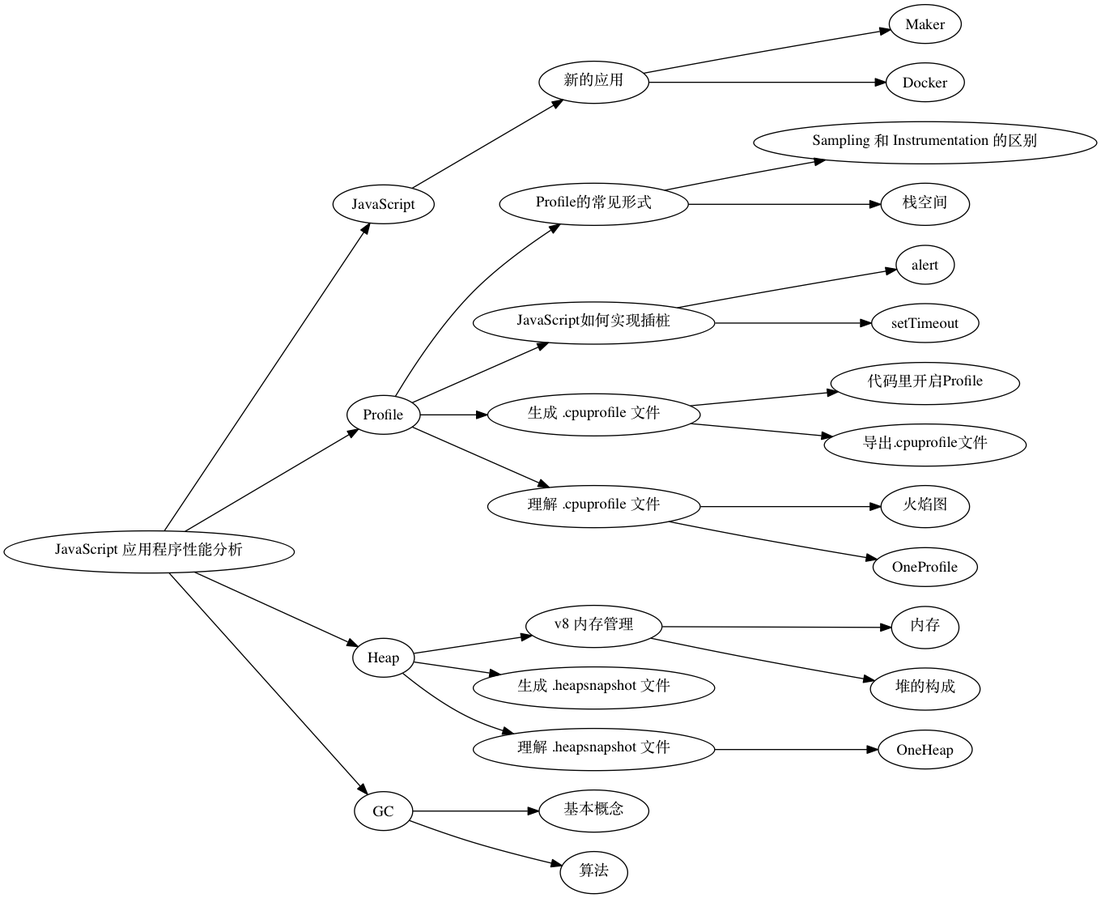
This is Contents.png from longtian/stuq_workshop, a Graphviz export, as it was before one commit. Its source is kept beside it as Contents.dot.
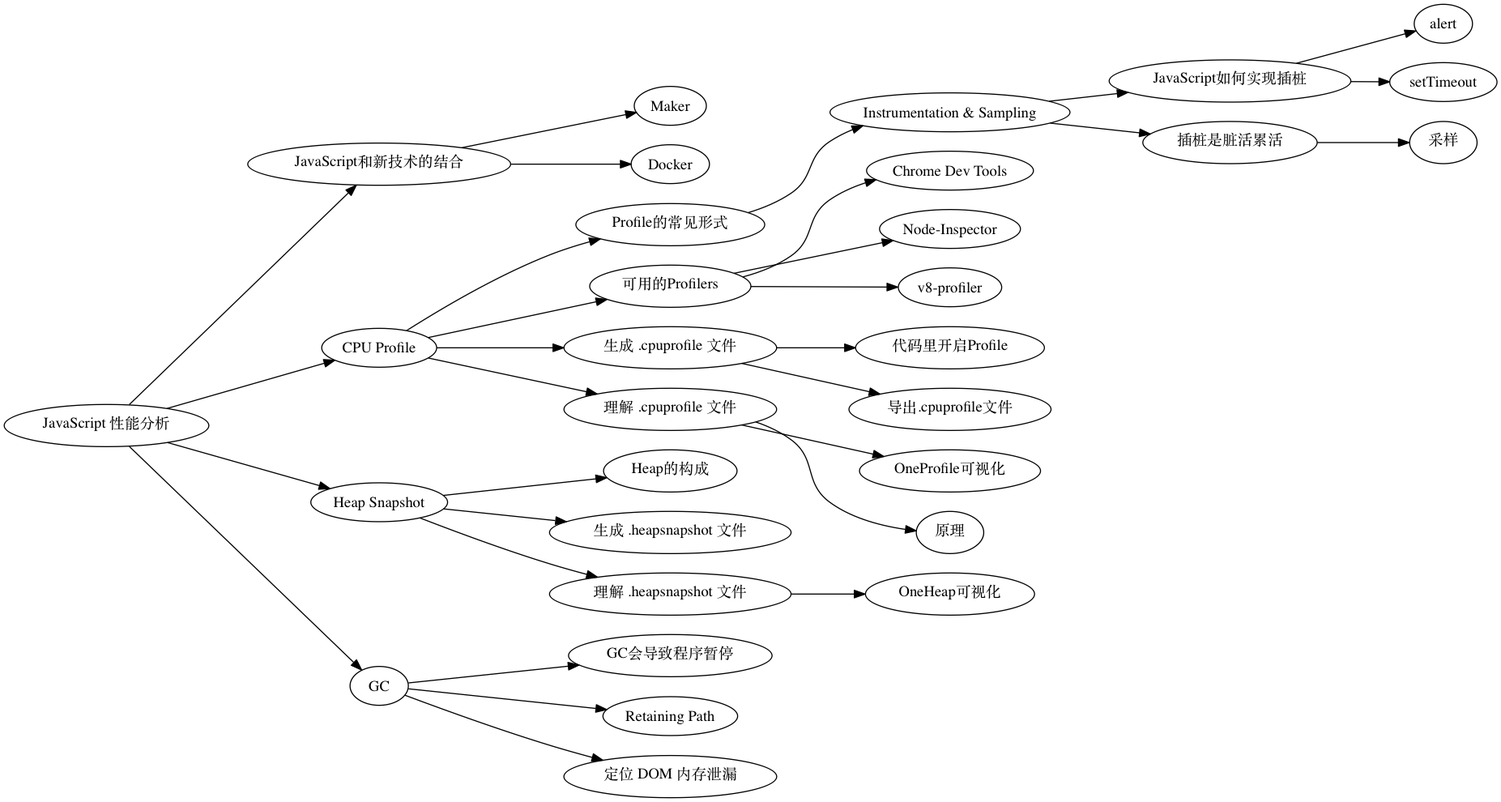
After the change.

Diff of the diagram source:
```diff
@@ -1,18 +1,20 @@
 digraph{
 	rankdir=LR
 
-	"JavaScript 应用程序性能分析"->"JavaScript","Profile","Heap","GC"
-  	"JavaScript"->"新的应用"
-	"新的应用"->"Maker","Docker"
+	"JavaScript 性能分析"->"JavaScript和新技术的结合","CPU Profile","Heap Snapshot","GC"
+  	"JavaScript和新技术的结合"->"Maker","Docker"
 
-	"Profile"->"Profile的常见形式"->"Sampling 和 Instrumentation 的区别","栈空间"
-	"Profile"->"JavaScript如何实现插桩"->"alert","setTimeout"
-	"Profile"->"生成 .cpuprofile 文件"->"代码里开启Profile","导出.cpuprofile文件"
-	"Profile"->"理解 .cpuprofile 文件"->"火焰图","OneProfile"
+	"CPU Profile"->"Profile的常见形式"->"Instrumentation & Sampling"
+	"Instrumentation & Sampling"->"JavaScript如何实现插桩"->"alert","setTimeout"
+	"Instrumentation & Sampling"->"插桩是脏活累活"->"采样"
 
-	"Heap"   ->"v8 内存管理" ->"内存","堆的构成"
-	"Heap"   ->"生成 .heapsnapshot 文件"
-	"Heap"   ->"理解 .heapsnapshot 文件"->"OneHeap"
+	"CPU Profile"->"可用的Profilers"->"Chrome Dev Tools","Node-Inspector","v8-profiler"
+	"CPU Profile"->"生成 .cpuprofile 文件"->"代码里开启Profile","导出.cpuprofile文件"
+	"CPU Profile"->"理解 .cpuprofile 文件"->"OneProfile可视化","原理"
 
-	"GC"     ->"基本概念","算法"
+	"Heap Snapshot"   ->"Heap的构成"
+	"Heap Snapshot"   ->"生成 .heapsnapshot 文件"
+	"Heap Snapshot"   ->"理解 .heapsnapshot 文件"->"OneHeap可视化"
+
+	"GC"     ->"GC会导致程序暂停","Retaining Path","定位 DOM 内存泄漏"
 }
```
